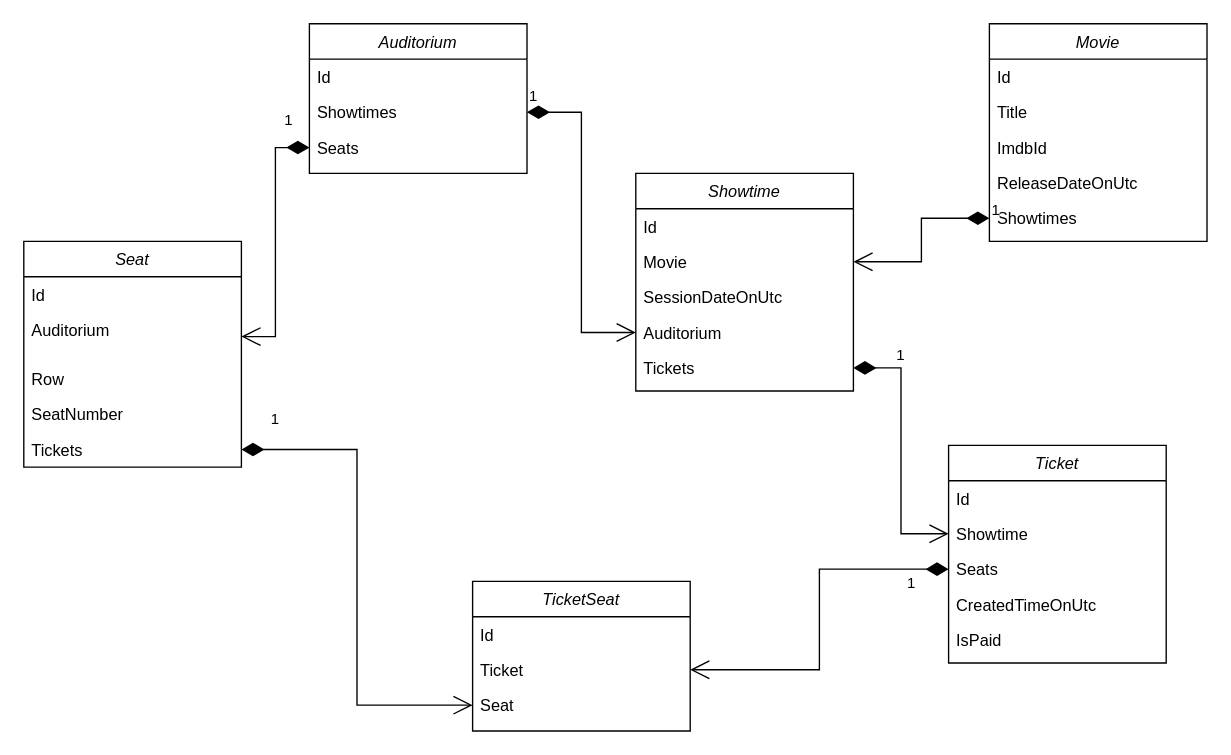
The draw.io diagram page "Model" (3 of 4) of docs/ArchitectureDiagram.drawio in jordiaragonzaragoza/JordiAragonZaragoza.Cinema, before the edit. Source tidied: cells renumbered, new cells numbered last; positions are measured from the earlier drawing's top-left corner, leaving out a move shared by most shapes. Both pictures are drawn from the tidied source at 136%, with x=0, y=0 at pixel (23, 23).
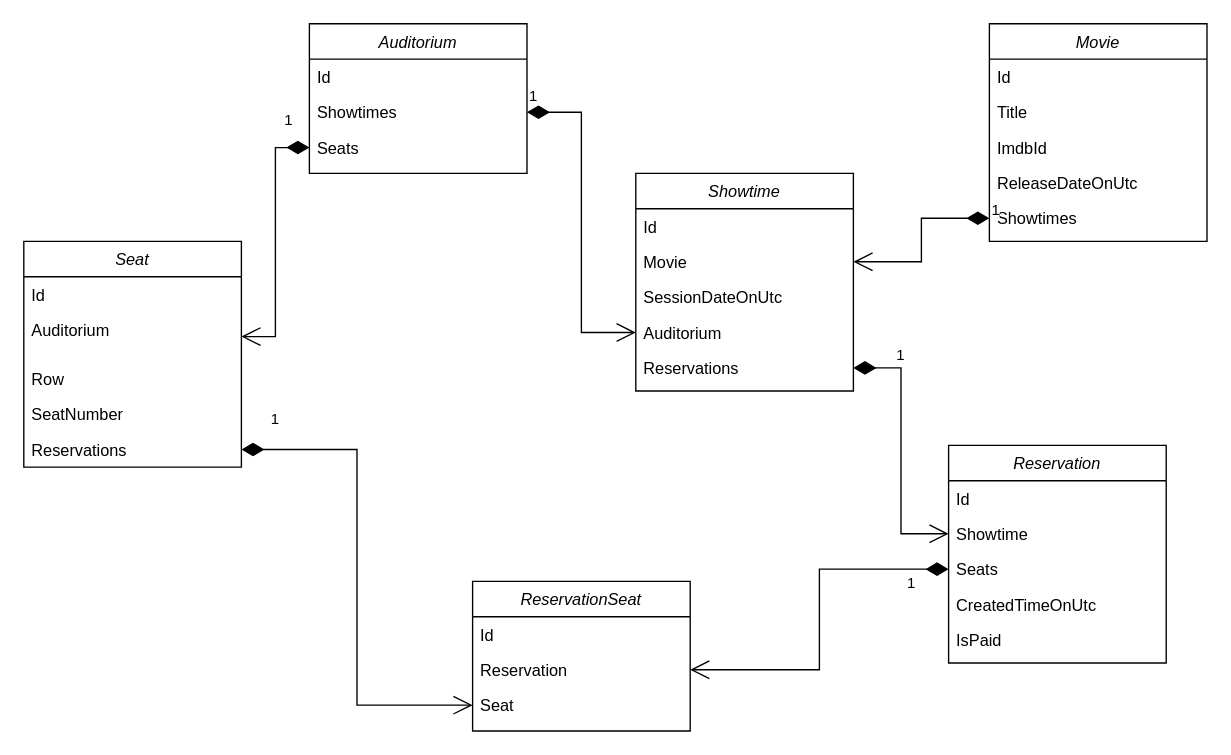
After the change.

The change refers to these unchanged cells:
```xml
<mxCell id="8" value="Showtime" style="swimlane;fontStyle=2;align=center;verticalAlign=top;horizontal=1;startSize=26;rounded=0;shadow=0;strokeWidth=1;" parent="1" vertex="1">
  <mxGeometry x="450" y="110" width="160" height="160" as="geometry" />
</mxCell>
<mxCell id="29" value="Seat" style="swimlane;fontStyle=2;align=center;verticalAlign=top;horizontal=1;startSize=26;rounded=0;shadow=0;strokeWidth=1;" parent="1" vertex="1">
  <mxGeometry y="160" width="160" height="166" as="geometry" />
</mxCell>
```

Change to the diagram source:
```diff
@@
-    <mxCell id="13" value="Tickets" style="text;align=left;verticalAlign=top;spacingLeft=4;spacingRight=4;overflow=hidden;points=[[0,0.5],[1,0.5]];portConstraint=eastwest;" parent="8" vertex="1">
+    <mxCell id="13" value="Reservations" style="text;align=left;verticalAlign=top;spacingLeft=4;spacingRight=4;overflow=hidden;points=[[0,0.5],[1,0.5]];portConstraint=eastwest;" parent="8" vertex="1">
       <mxGeometry y="130" width="160" height="26" as="geometry" />
     </mxCell>
-    <mxCell id="14" value="Ticket" style="swimlane;fontStyle=2;align=center;verticalAlign=top;horizontal=1;startSize=26;rounded=0;shadow=0;strokeWidth=1;" parent="1" vertex="1">
+    <mxCell id="14" value="Reservation" style="swimlane;fontStyle=2;align=center;verticalAlign=top;horizontal=1;startSize=26;rounded=0;shadow=0;strokeWidth=1;" parent="1" vertex="1">
       <mxGeometry x="680" y="310" width="160" height="160" as="geometry" />
     </mxCell>
@@
-    <mxCell id="24" value="TicketSeat" style="swimlane;fontStyle=2;align=center;verticalAlign=top;horizontal=1;startSize=26;rounded=0;shadow=0;strokeWidth=1;" parent="1" vertex="1">
+    <mxCell id="24" value="ReservationSeat" style="swimlane;fontStyle=2;align=center;verticalAlign=top;horizontal=1;startSize=26;rounded=0;shadow=0;strokeWidth=1;" parent="1" vertex="1">
       <mxGeometry x="330" y="410" width="160" height="110" as="geometry" />
     </mxCell>
@@
-    <mxCell id="26" value="Ticket" style="text;align=left;verticalAlign=top;spacingLeft=4;spacingRight=4;overflow=hidden;points=[[0,0.5],[1,0.5]];portConstraint=eastwest;rounded=0;shadow=0;html=0;" parent="24" vertex="1">
+    <mxCell id="26" value="Reservation" style="text;align=left;verticalAlign=top;spacingLeft=4;spacingRight=4;overflow=hidden;points=[[0,0.5],[1,0.5]];portConstraint=eastwest;rounded=0;shadow=0;html=0;" parent="24" vertex="1">
       <mxGeometry y="52" width="160" height="26" as="geometry" />
     </mxCell>
@@
-    <mxCell id="34" value="Tickets" style="text;align=left;verticalAlign=top;spacingLeft=4;spacingRight=4;overflow=hidden;points=[[0,0.5],[1,0.5]];portConstraint=eastwest;rounded=0;shadow=0;html=0;" parent="29" vertex="1">
+    <mxCell id="34" value="Reservations" style="text;align=left;verticalAlign=top;spacingLeft=4;spacingRight=4;overflow=hidden;points=[[0,0.5],[1,0.5]];portConstraint=eastwest;rounded=0;shadow=0;html=0;" parent="29" vertex="1">
       <mxGeometry y="140" width="160" height="26" as="geometry" />
     </mxCell>
```
